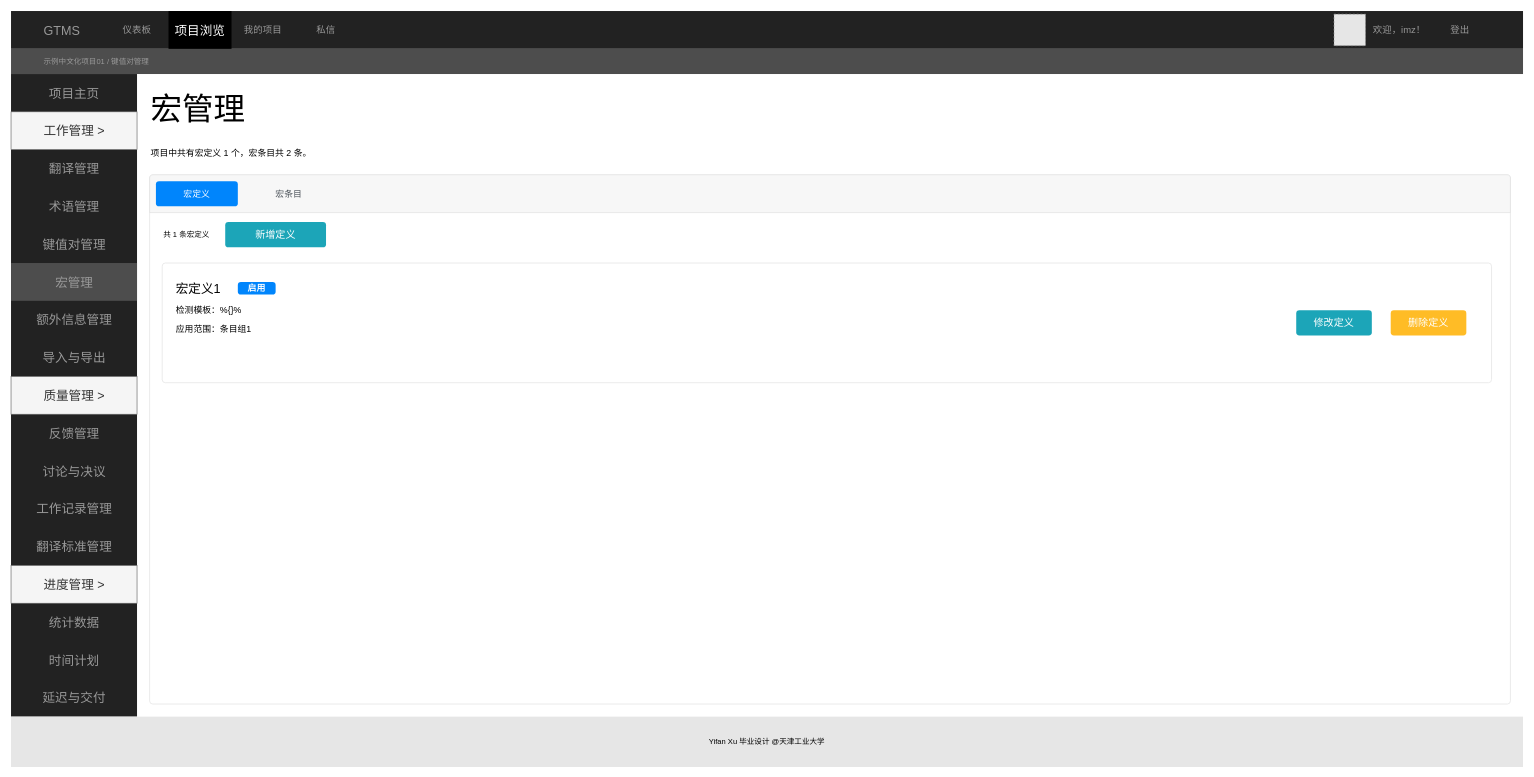
icemeowzhi/bach_final_diags keeps this draw.io diagram as 宏管理界面.drawio. Above is the earlier version. Source tidied: cells renumbered, new cells numbered last; positions are measured from the earlier drawing's top-left corner, leaving out a move shared by most shapes. Both pictures are drawn from the tidied source at 63%, with x=0, y=0 at pixel (11, 11). Pictures stored in the file or linked from it are replaced by grey dashed boxes.
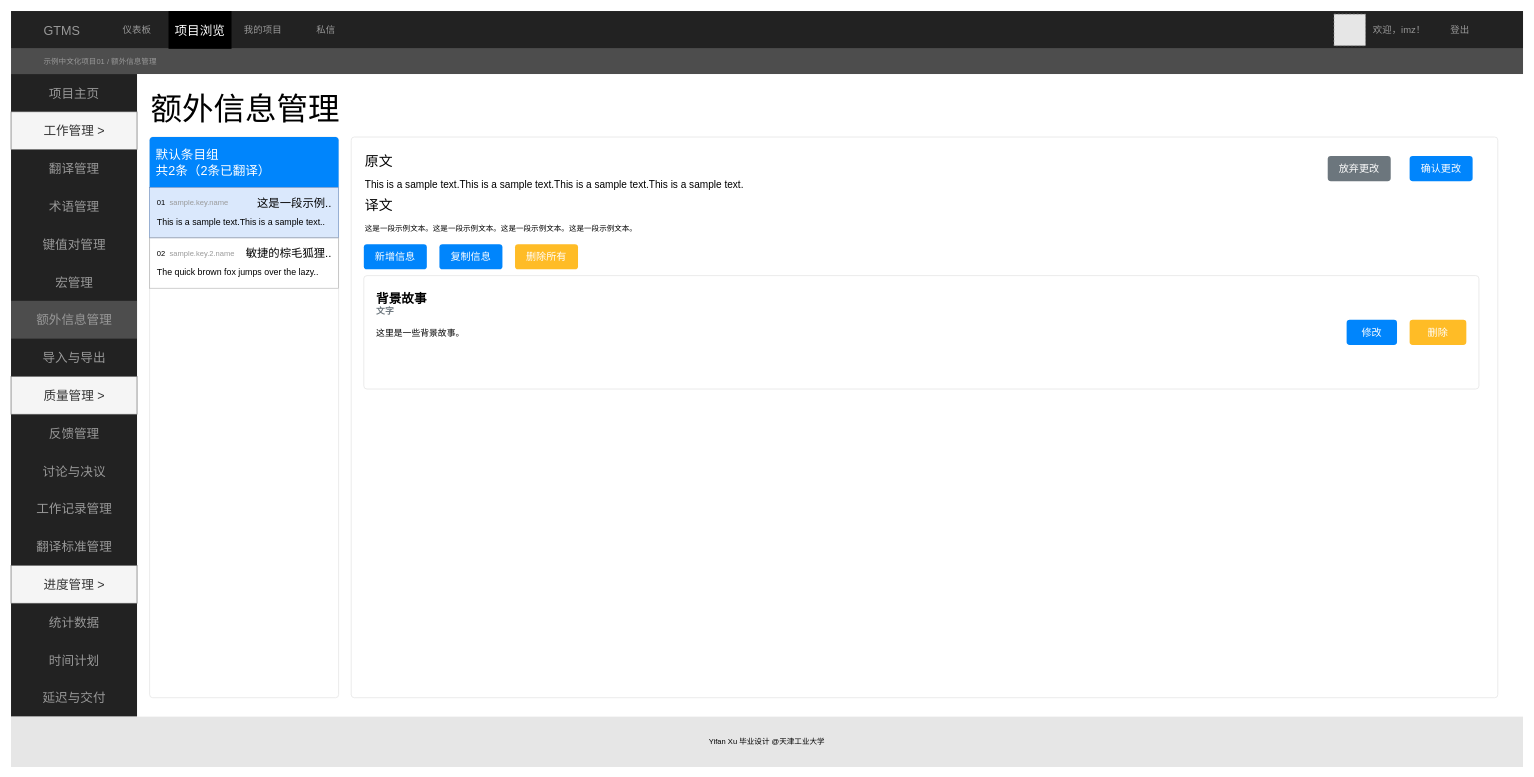
The same page after the edit.

Commit message:
更新宏管理界面.drawio

Change to the diagram source:
```diff
@@
-    <mxCell id="5" value="示例中文化项目01 / 键值对管理" style="html=1;shadow=0;dashed=0;fillColor=none;strokeColor=none;shape=mxgraph.bootstrap.rect;fontColor=#999999;whiteSpace=wrap;align=left;" parent="1" vertex="1">
+    <mxCell id="5" value="示例中文化项目01 / 额外信息管理" style="html=1;shadow=0;dashed=0;fillColor=none;strokeColor=none;shape=mxgraph.bootstrap.rect;fontColor=#999999;whiteSpace=wrap;align=left;" parent="1" vertex="1">
       <mxGeometry x="50" y="60" width="340" height="40" as="geometry" />
     </mxCell>
@@
-    <mxCell id="19" value="宏管理" style="html=1;shadow=0;dashed=0;fillColor=#4D4D4D;strokeColor=none;shape=mxgraph.bootstrap.rect;fontColor=#999999;fontSize=20;" parent="1" vertex="1">
+    <mxCell id="19" value="宏管理" style="html=1;shadow=0;dashed=0;fillColor=none;strokeColor=none;shape=mxgraph.bootstrap.rect;fontColor=#999999;fontSize=20;" parent="1" vertex="1">
       <mxGeometry y="400" width="200" height="60" as="geometry" />
     </mxCell>
-    <mxCell id="20" value="额外信息管理" style="html=1;shadow=0;dashed=0;fillColor=none;strokeColor=none;shape=mxgraph.bootstrap.rect;fontColor=#999999;fontSize=20;" parent="1" vertex="1">
+    <mxCell id="20" value="额外信息管理" style="html=1;shadow=0;dashed=0;fillColor=#4D4D4D;strokeColor=none;shape=mxgraph.bootstrap.rect;fontColor=#999999;fontSize=20;" parent="1" vertex="1">
       <mxGeometry y="460" width="200" height="60" as="geometry" />
     </mxCell>
@@
-    <mxCell id="32" value="宏管理" style="text;html=1;align=left;verticalAlign=middle;strokeColor=none;fillColor=none;fontSize=50;" parent="1" vertex="1">
-      <mxGeometry x="220" y="120" width="170" height="70" as="geometry" />
+    <mxCell id="32" value="额外信息管理" style="text;html=1;align=left;verticalAlign=middle;strokeColor=none;fillColor=none;fontSize=50;" parent="1" vertex="1">
+      <mxGeometry x="220" y="120" width="320" height="70" as="geometry" />
     </mxCell>
-    <mxCell id="33" value="&lt;div style=&quot;font-size: 14px;&quot; align=&quot;left&quot;&gt;&lt;font style=&quot;font-size: 14px;&quot;&gt;项目中共有宏定义 1 个，宏条目共 2 条。&lt;/font&gt;&lt;/div&gt;" style="text;html=1;align=left;verticalAlign=middle;strokeColor=none;fillColor=none;" parent="1" vertex="1">
-      <mxGeometry x="220" y="210" width="280" height="30" as="geometry" />
-    </mxCell>
-    <mxCell id="34" style="html=1;shadow=0;dashed=0;shape=mxgraph.bootstrap.rrect;rSize=5;strokeColor=#DFDFDF;html=1;whiteSpace=wrap;fillColor=#FFFFFF;fontColor=#000000;" parent="1" vertex="1">
-      <mxGeometry x="220" y="260" width="2160" height="840" as="geometry" />
-    </mxCell>
-    <mxCell id="35" style="html=1;shadow=0;dashed=0;shape=mxgraph.bootstrap.topButton;strokeColor=inherit;fillColor=#F7F7F7;rSize=5;perimeter=none;whiteSpace=wrap;align=center;spacing=20;fontSize=14;" parent="34" vertex="1">
-      <mxGeometry width="2160" height="60" relative="1" as="geometry" />
-    </mxCell>
-    <mxCell id="36" value="宏定义" style="html=1;shadow=0;dashed=0;shape=mxgraph.bootstrap.rrect;arcSize=5;strokeColor=none;fillColor=#0085FC;rSize=5;perimeter=none;whiteSpace=wrap;align=center;spacing=20;fontSize=14;fontColor=#ffffff;" parent="34" vertex="1">
-      <mxGeometry width="130" height="40" relative="1" as="geometry">
-        <mxPoint x="10" y="10" as="offset" />
-      </mxGeometry>
-    </mxCell>
-    <mxCell id="37" value="宏条目" style="strokeColor=none;fillColor=none;rSize=5;perimeter=none;whiteSpace=wrap;align=center;spacing=20;fontSize=14;fontColor=#0085FC;fontColor=#4B5259;" parent="34" vertex="1">
-      <mxGeometry width="142" height="40" relative="1" as="geometry">
-        <mxPoint x="150" y="10" as="offset" />
-      </mxGeometry>
-    </mxCell>
-    <mxCell id="38" value="&lt;div&gt;共 1 条宏定义&lt;br&gt;&lt;/div&gt;" style="text;html=1;align=left;verticalAlign=middle;strokeColor=none;fillColor=none;" parent="34" vertex="1">
-      <mxGeometry x="20" y="80" width="100" height="30" as="geometry" />
-    </mxCell>
-    <mxCell id="39" value="新增定义" style="html=1;shadow=0;dashed=0;shape=mxgraph.bootstrap.rrect;rSize=5;strokeColor=none;strokeWidth=1;fillColor=#1CA5B8;fontColor=#FFFFFF;whiteSpace=wrap;align=center;verticalAlign=middle;spacingLeft=0;fontStyle=0;fontSize=16;spacing=5;" parent="34" vertex="1">
-      <mxGeometry x="120" y="75" width="160" height="40" as="geometry" />
-    </mxCell>
-    <mxCell id="40" style="html=1;shadow=0;dashed=0;shape=mxgraph.bootstrap.rrect;rSize=5;strokeColor=#DFDFDF;html=1;whiteSpace=wrap;fillColor=#ffffff;fontColor=#000000;verticalAlign=top;align=left;spacing=20;fontSize=20;" parent="34" vertex="1">
-      <mxGeometry x="20" y="140" width="2110" height="190" as="geometry" />
-    </mxCell>
-    <mxCell id="41" value="检测模板：%{}%" style="text;html=1;align=left;verticalAlign=middle;strokeColor=none;fillColor=none;fontSize=14;" parent="34" vertex="1">
-      <mxGeometry x="40" y="200" width="130" height="30" as="geometry" />
-    </mxCell>
-    <mxCell id="42" value="&lt;font style=&quot;font-size: 20px;&quot;&gt;宏定义1&lt;/font&gt;" style="text;html=1;align=left;verticalAlign=middle;strokeColor=none;fillColor=none;" parent="34" vertex="1">
-      <mxGeometry x="40" y="160" width="90" height="40" as="geometry" />
-    </mxCell>
-    <mxCell id="43" value="应用范围：条目组1" style="text;html=1;align=left;verticalAlign=middle;strokeColor=none;fillColor=none;fontSize=14;" parent="34" vertex="1">
-      <mxGeometry x="40" y="230" width="140" height="30" as="geometry" />
-    </mxCell>
-    <mxCell id="44" value="修改定义" style="html=1;shadow=0;dashed=0;shape=mxgraph.bootstrap.rrect;rSize=5;strokeColor=none;strokeWidth=1;fillColor=#1CA5B8;fontColor=#FFFFFF;whiteSpace=wrap;align=center;verticalAlign=middle;spacingLeft=0;fontStyle=0;fontSize=16;spacing=5;" parent="34" vertex="1">
-      <mxGeometry x="1820" y="215" width="120" height="40" as="geometry" />
-    </mxCell>
-    <mxCell id="45" value="删除定义" style="html=1;shadow=0;dashed=0;shape=mxgraph.bootstrap.rrect;rSize=5;strokeColor=none;strokeWidth=1;fillColor=#FFBC26;fontColor=#FFFFFF;whiteSpace=wrap;align=center;verticalAlign=middle;spacingLeft=0;fontStyle=0;fontSize=16;spacing=5;" parent="34" vertex="1">
-      <mxGeometry x="1970" y="215" width="120" height="40" as="geometry" />
-    </mxCell>
-    <mxCell id="46" value="&lt;div align=&quot;center&quot;&gt;启用&lt;/div&gt;" style="html=1;shadow=0;dashed=0;shape=mxgraph.bootstrap.rrect;rSize=5;strokeColor=none;strokeWidth=1;fillColor=#0085FC;fontColor=#FFFFFF;whiteSpace=wrap;align=center;verticalAlign=middle;spacingLeft=0;fontStyle=1;fontSize=14;spacing=5;" parent="34" vertex="1">
-      <mxGeometry x="140" y="170" width="60" height="20" as="geometry" />
-    </mxCell>
+    <mxCell id="47" style="html=1;shadow=0;dashed=0;shape=mxgraph.bootstrap.rrect;rSize=5;strokeColor=#DFDFDF;html=1;whiteSpace=wrap;fillColor=#FFFFFF;fontColor=#000000;" parent="1" vertex="1">
+      <mxGeometry x="220" y="200" width="300" height="890" as="geometry" />
+    </mxCell>
+    <mxCell id="48" value="&lt;div&gt;&lt;font style=&quot;font-size: 20px;&quot;&gt;默认条目组&lt;/font&gt;&lt;/div&gt;&lt;div&gt;&lt;font style=&quot;font-size: 20px;&quot;&gt;共2条（2条已翻译）&lt;/font&gt;&lt;/div&gt;" style="html=1;shadow=0;dashed=0;shape=mxgraph.bootstrap.topButton;rSize=5;strokeColor=none;fillColor=#0085FC;fontColor=#ffffff;perimeter=none;whiteSpace=wrap;align=left;spacing=10;" parent="47" vertex="1">
+      <mxGeometry width="300" height="80" relative="1" as="geometry" />
+    </mxCell>
+    <mxCell id="49" style="strokeColor=#6c8ebf;fillColor=#dae8fc;html=1;shadow=0;dashed=0;perimeter=none;whiteSpace=wrap;align=left;spacing=10;" parent="47" vertex="1">
+      <mxGeometry width="300" height="80" relative="1" as="geometry">
+        <mxPoint y="80" as="offset" />
+      </mxGeometry>
+    </mxCell>
+    <mxCell id="50" value="&lt;div align=&quot;left&quot;&gt;01 &lt;br&gt;&lt;/div&gt;" style="text;html=1;align=left;verticalAlign=middle;strokeColor=none;fillColor=none;" parent="47" vertex="1">
+      <mxGeometry x="10" y="90" width="40" height="30" as="geometry" />
+    </mxCell>
+    <mxCell id="51" value="This is a sample text.This is a sample text.." style="text;html=1;align=left;verticalAlign=middle;strokeColor=none;fillColor=none;fontSize=14;" parent="47" vertex="1">
+      <mxGeometry x="10" y="120" width="290" height="30" as="geometry" />
+    </mxCell>
+    <mxCell id="52" value="&lt;div align=&quot;left&quot;&gt;sample.key.name&lt;/div&gt;" style="text;html=1;align=left;verticalAlign=middle;strokeColor=none;fillColor=none;fontColor=#999999;" parent="47" vertex="1">
+      <mxGeometry x="30" y="90" width="120" height="30" as="geometry" />
+    </mxCell>
+    <mxCell id="53" value="这是一段示例.." style="text;html=1;align=right;verticalAlign=middle;strokeColor=none;fillColor=none;fontSize=18;" parent="47" vertex="1">
+      <mxGeometry x="150" y="85" width="140" height="40" as="geometry" />
+    </mxCell>
+    <mxCell id="54" style="strokeColor=#B3B3B3;fillColor=none;html=1;shadow=0;dashed=0;perimeter=none;whiteSpace=wrap;align=left;spacing=10;" parent="47" vertex="1">
+      <mxGeometry y="160" width="300" height="80" as="geometry" />
+    </mxCell>
+    <mxCell id="55" value="&lt;div align=&quot;left&quot;&gt;02 &lt;br&gt;&lt;/div&gt;" style="text;html=1;align=left;verticalAlign=middle;strokeColor=none;fillColor=none;" parent="47" vertex="1">
+      <mxGeometry x="10" y="170" width="40" height="30" as="geometry" />
+    </mxCell>
+    <mxCell id="56" value="&lt;font style=&quot;font-size: 14px;&quot;&gt;The quick brown fox jumps over the lazy..&lt;/font&gt;" style="text;html=1;align=left;verticalAlign=middle;strokeColor=none;fillColor=none;" parent="47" vertex="1">
+      <mxGeometry x="10" y="200" width="280" height="30" as="geometry" />
+    </mxCell>
+    <mxCell id="57" value="&lt;div align=&quot;left&quot;&gt;sample.key.2.name&lt;/div&gt;" style="text;html=1;align=left;verticalAlign=middle;strokeColor=none;fillColor=none;fontColor=#999999;" parent="47" vertex="1">
+      <mxGeometry x="30" y="170" width="130" height="30" as="geometry" />
+    </mxCell>
+    <mxCell id="58" value="敏捷的棕毛狐狸.." style="text;html=1;align=right;verticalAlign=middle;strokeColor=none;fillColor=none;fontSize=18;" parent="47" vertex="1">
+      <mxGeometry x="130" y="165" width="160" height="40" as="geometry" />
+    </mxCell>
+    <mxCell id="59" style="html=1;shadow=0;dashed=0;shape=mxgraph.bootstrap.rrect;rSize=5;strokeColor=#DFDFDF;html=1;whiteSpace=wrap;fillColor=#ffffff;fontColor=#000000;verticalAlign=top;align=left;spacing=20;fontSize=14;" parent="1" vertex="1">
+      <mxGeometry x="540" y="200" width="1820" height="890" as="geometry" />
+    </mxCell>
+    <mxCell id="60" value="This is a sample text.This is a sample text.This is a sample text.This is a sample text." style="text;html=1;align=left;verticalAlign=middle;strokeColor=none;fillColor=none;fontSize=16;" parent="59" vertex="1">
+      <mxGeometry x="20" y="60" width="620" height="30" as="geometry" />
+    </mxCell>
+    <mxCell id="61" value="&lt;div align=&quot;left&quot;&gt;这是一段示例文本。这是一段示例文本。这是一段示例文本。这是一段示例文本。&lt;/div&gt;" style="text;html=1;align=left;verticalAlign=middle;strokeColor=none;fillColor=none;" parent="59" vertex="1">
+      <mxGeometry x="20" y="130" width="460" height="30" as="geometry" />
+    </mxCell>
+    <mxCell id="62" value="原文" style="text;html=1;align=left;verticalAlign=middle;strokeColor=none;fillColor=none;fontSize=22;" parent="59" vertex="1">
+      <mxGeometry x="20" y="20" width="70" height="40" as="geometry" />
+    </mxCell>
+    <mxCell id="63" value="译文" style="text;html=1;align=left;verticalAlign=middle;strokeColor=none;fillColor=none;fontSize=22;" parent="59" vertex="1">
+      <mxGeometry x="20" y="90" width="70" height="40" as="geometry" />
+    </mxCell>
+    <mxCell id="64" value="确认更改" style="html=1;shadow=0;dashed=0;shape=mxgraph.bootstrap.rrect;rSize=5;strokeColor=none;strokeWidth=1;fillColor=#0085FC;fontColor=#FFFFFF;whiteSpace=wrap;align=center;verticalAlign=middle;spacingLeft=0;fontStyle=0;fontSize=16;spacing=5;" parent="59" vertex="1">
+      <mxGeometry x="1680" y="30" width="100" height="40" as="geometry" />
+    </mxCell>
+    <mxCell id="65" value="放弃更改" style="html=1;shadow=0;dashed=0;shape=mxgraph.bootstrap.rrect;rSize=5;strokeColor=none;strokeWidth=1;fillColor=#6C767D;fontColor=#FFFFFF;whiteSpace=wrap;align=center;verticalAlign=middle;spacingLeft=0;fontStyle=0;fontSize=16;spacing=5;" parent="59" vertex="1">
+      <mxGeometry x="1550" y="30" width="100" height="40" as="geometry" />
+    </mxCell>
+    <mxCell id="66" value="删除所有" style="html=1;shadow=0;dashed=0;shape=mxgraph.bootstrap.rrect;rSize=5;strokeColor=none;strokeWidth=1;fillColor=#FFBC26;fontColor=#FFFFFF;whiteSpace=wrap;align=center;verticalAlign=middle;spacingLeft=0;fontStyle=0;fontSize=16;spacing=5;" parent="59" vertex="1">
+      <mxGeometry x="260" y="170" width="100" height="40" as="geometry" />
+    </mxCell>
+    <mxCell id="67" value="&lt;b style=&quot;font-size: 20px;&quot;&gt;背景故事&lt;/b&gt;&lt;font color=&quot;#6c767d&quot;&gt;&lt;b&gt;&lt;font style=&quot;font-size: 14px&quot;&gt;&lt;br style=&quot;font-size: 10px&quot;&gt;&lt;/font&gt;&lt;/b&gt;&lt;/font&gt;&lt;div&gt;&lt;font color=&quot;#6c767d&quot;&gt;&lt;b&gt;&lt;font style=&quot;font-size: 14px&quot;&gt;文字&lt;/font&gt;&lt;/b&gt;&lt;/font&gt;&lt;/div&gt;&lt;br&gt;这里是一些背景故事。" style="html=1;shadow=0;dashed=0;shape=mxgraph.bootstrap.rrect;rSize=5;strokeColor=#DFDFDF;html=1;whiteSpace=wrap;fillColor=#ffffff;fontColor=#000000;verticalAlign=top;align=left;spacing=20;fontSize=14;" parent="59" vertex="1">
+      <mxGeometry x="20" y="220" width="1770" height="180" as="geometry" />
+    </mxCell>
+    <mxCell id="68" value="新增信息" style="html=1;shadow=0;dashed=0;shape=mxgraph.bootstrap.rrect;rSize=5;strokeColor=none;strokeWidth=1;fillColor=#0085FC;fontColor=#FFFFFF;whiteSpace=wrap;align=center;verticalAlign=middle;spacingLeft=0;fontStyle=0;fontSize=16;spacing=5;" parent="59" vertex="1">
+      <mxGeometry x="20" y="170" width="100" height="40" as="geometry" />
+    </mxCell>
+    <mxCell id="69" value="复制信息" style="html=1;shadow=0;dashed=0;shape=mxgraph.bootstrap.rrect;rSize=5;strokeColor=none;strokeWidth=1;fillColor=#0085FC;fontColor=#FFFFFF;whiteSpace=wrap;align=center;verticalAlign=middle;spacingLeft=0;fontStyle=0;fontSize=16;spacing=5;" parent="59" vertex="1">
+      <mxGeometry x="140" y="170" width="100" height="40" as="geometry" />
+    </mxCell>
+    <mxCell id="70" value="修改" style="html=1;shadow=0;dashed=0;shape=mxgraph.bootstrap.rrect;rSize=5;strokeColor=none;strokeWidth=1;fillColor=#0085FC;fontColor=#FFFFFF;whiteSpace=wrap;align=center;verticalAlign=middle;spacingLeft=0;fontStyle=0;fontSize=16;spacing=5;" parent="59" vertex="1">
+      <mxGeometry x="1580" y="290" width="80" height="40" as="geometry" />
+    </mxCell>
+    <mxCell id="71" value="删除" style="html=1;shadow=0;dashed=0;shape=mxgraph.bootstrap.rrect;rSize=5;strokeColor=none;strokeWidth=1;fillColor=#FFBC26;fontColor=#FFFFFF;whiteSpace=wrap;align=center;verticalAlign=middle;spacingLeft=0;fontStyle=0;fontSize=16;spacing=5;" parent="59" vertex="1">
+      <mxGeometry x="1680" y="290" width="90" height="40" as="geometry" />
+    </mxCell>
```
